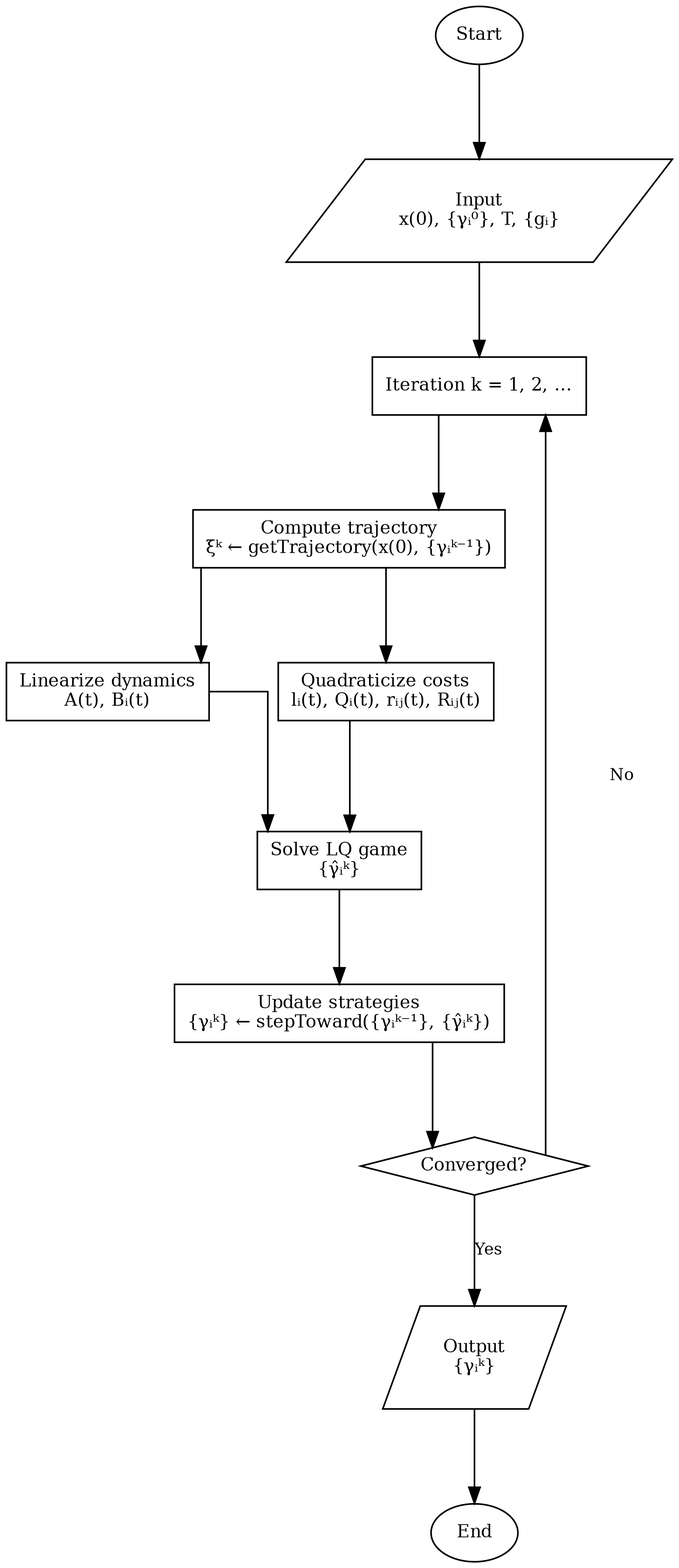
orion-3464/Differential-Games-iLQG keeps this Graphviz diagram as report/images/ilqg_flowchart/ilqg.png. Above is the earlier version. Its source is kept beside it as report/images/ilqg_flowchart/ilqg.dot. The source it was exported from:
```dot
digraph IterativeLQGames {
    rankdir=TB;
    splines=ortho;
    nodesep=0.6;
    ranksep=0.8;

    fontname="Times-Roman";
    node [fontname="Times-Roman", fontsize=11, shape=rectangle];
    edge [fontname="Times-Roman", fontsize=10];

    Start [shape=oval, label="Start"];
    End   [shape=oval, label="End"];

    Input [shape=parallelogram,
           label="Input\nx(0), {γᵢ⁰}, T, {gᵢ}"];

    Loop [label="Iteration k = 1, 2, …"];

    Traj [label="Compute trajectory\nξᵏ ← getTrajectory(x(0), {γᵢᵏ⁻¹})"];

    Lin [label="Linearize dynamics\nA(t), Bᵢ(t)"];

    Quad [label="Quadraticize costs\nlᵢ(t), Qᵢ(t), rᵢⱼ(t), Rᵢⱼ(t)"];

    Solve [label="Solve LQ game\n{γ̂ᵢᵏ}"];

    Step [label="Update strategies\n{γᵢᵏ} ← stepToward({γᵢᵏ⁻¹}, {γ̂ᵢᵏ})"];

    Conv [shape=diamond, label="Converged?"];

    Output [shape=parallelogram,
            label="Output\n{γᵢᵏ}"];

    Start -> Input -> Loop -> Traj -> Lin
    Traj -> Quad
    Lin -> Solve
    Quad -> Solve -> Step -> Conv;

    Conv -> Loop [label="No"];

    Conv -> Output [label="Yes"];
    Output -> End;

    { rank=same; Lin; Quad }
}
```
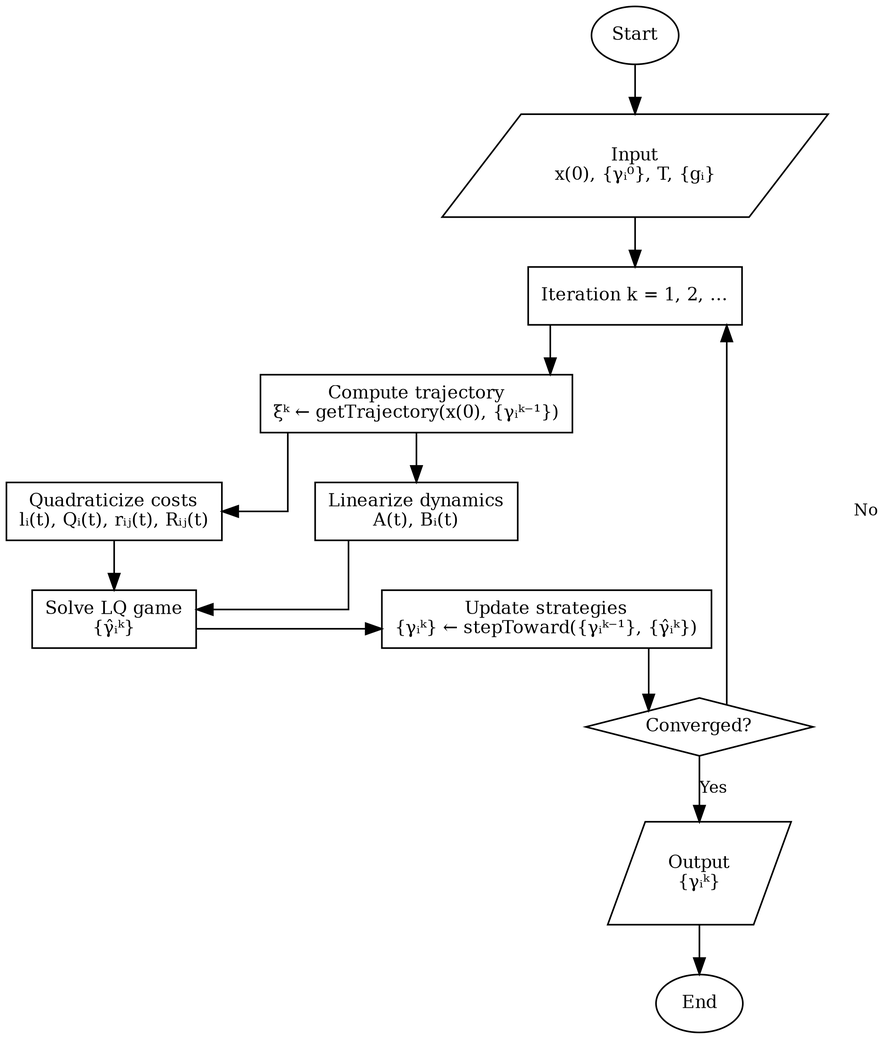
Above is the later version.

Commit message:
shorter flowchart

Change to the diagram source:
```diff
@@ -1,8 +1,8 @@
 digraph IterativeLQGames {
     rankdir=TB;
     splines=ortho;
-    nodesep=0.6;
-    ranksep=0.8;
+    nodesep=0.8;
+    ranksep=0.4;
 
     fontname="Times-Roman";
     node [fontname="Times-Roman", fontsize=11, shape=rectangle];
@@ -31,15 +31,15 @@
     Output [shape=parallelogram,
             label="Output\n{γᵢᵏ}"];
 
-    Start -> Input -> Loop -> Traj -> Lin
-    Traj -> Quad
-    Lin -> Solve
+    Start -> Input -> Loop -> Traj -> Lin;
+    Traj -> Quad;
+    Lin -> Solve;
     Quad -> Solve -> Step -> Conv;
 
     Conv -> Loop [label="No"];
-
     Conv -> Output [label="Yes"];
     Output -> End;
 
     { rank=same; Lin; Quad }
+    { rank=same; Solve; Step }
 }
```
